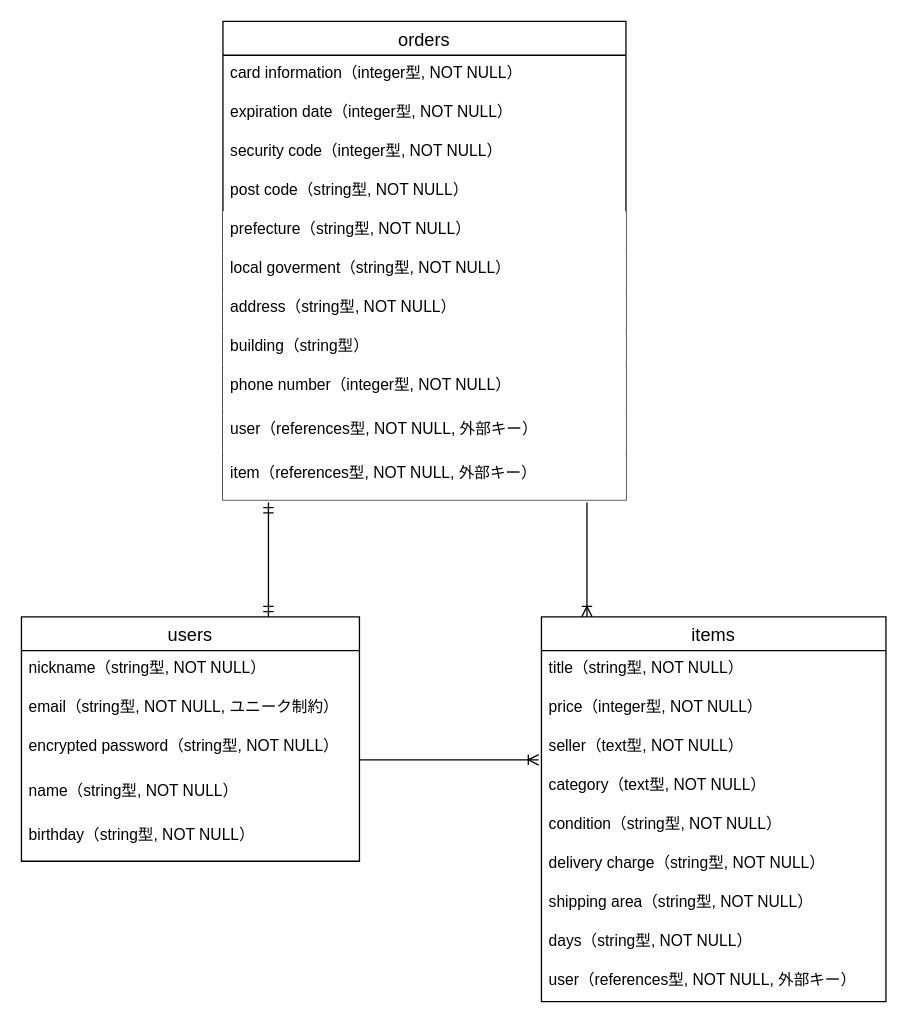
Before: furima.dio in JamesCroissant/furima-37331, a draw.io diagram. Source tidied: cells renumbered, new cells numbered last; positions are measured from the earlier drawing's top-left corner, leaving out a move shared by most shapes. Both pictures are drawn from the tidied source at 130%, with x=0, y=0 at pixel (21, 21).
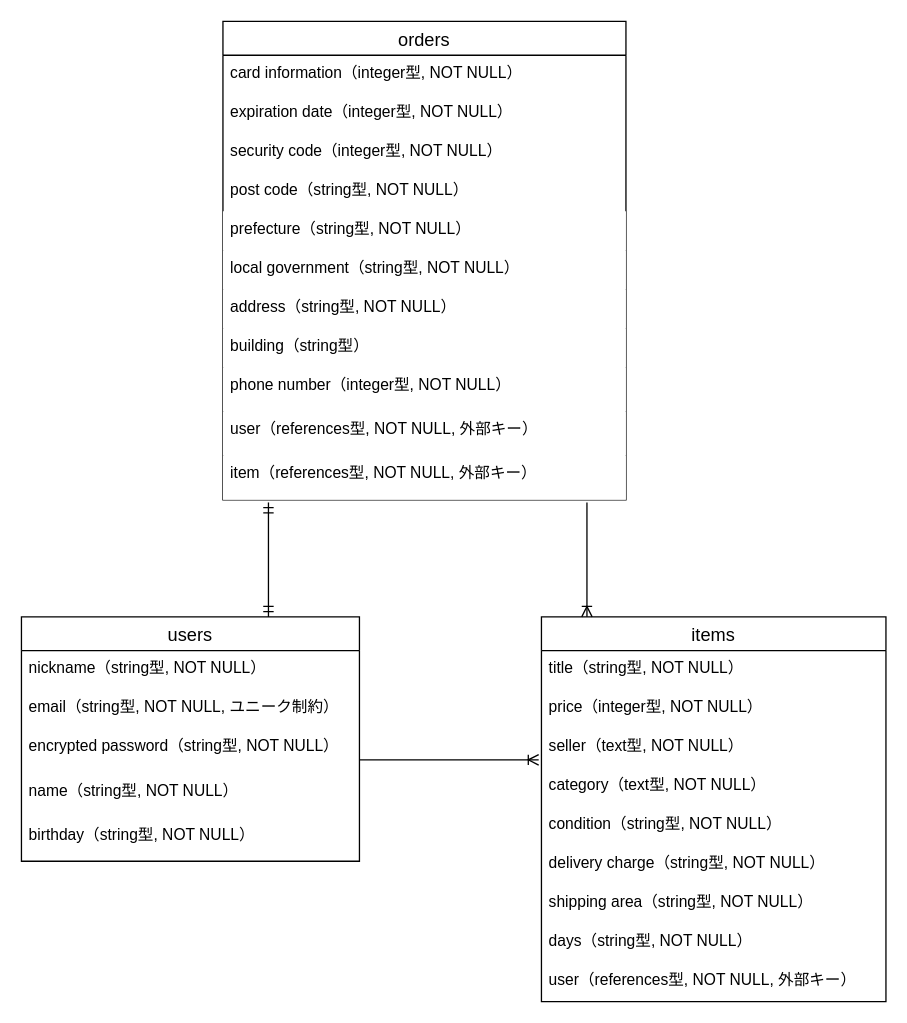
The same page after the edit.

Unchanged cells that the change refers to:
```xml
<mxCell id="19" value="orders" style="swimlane;fontStyle=0;horizontal=1;startSize=26;align=center;fontSize=14;" parent="1" vertex="1">
  <mxGeometry x="155" width="310" height="368" as="geometry" />
</mxCell>
```

What changed in the source:
```diff
@@
-    <mxCell id="25" value="local goverment（string型, NOT NULL）" style="text;strokeColor=none;fillColor=default;spacingLeft=4;spacingRight=4;overflow=hidden;fontSize=12;" parent="19" vertex="1">
+    <mxCell id="25" value="local government（string型, NOT NULL）" style="text;strokeColor=none;fillColor=default;spacingLeft=4;spacingRight=4;overflow=hidden;fontSize=12;" parent="19" vertex="1">
       <mxGeometry y="176" width="310" height="30" as="geometry" />
     </mxCell>
```
